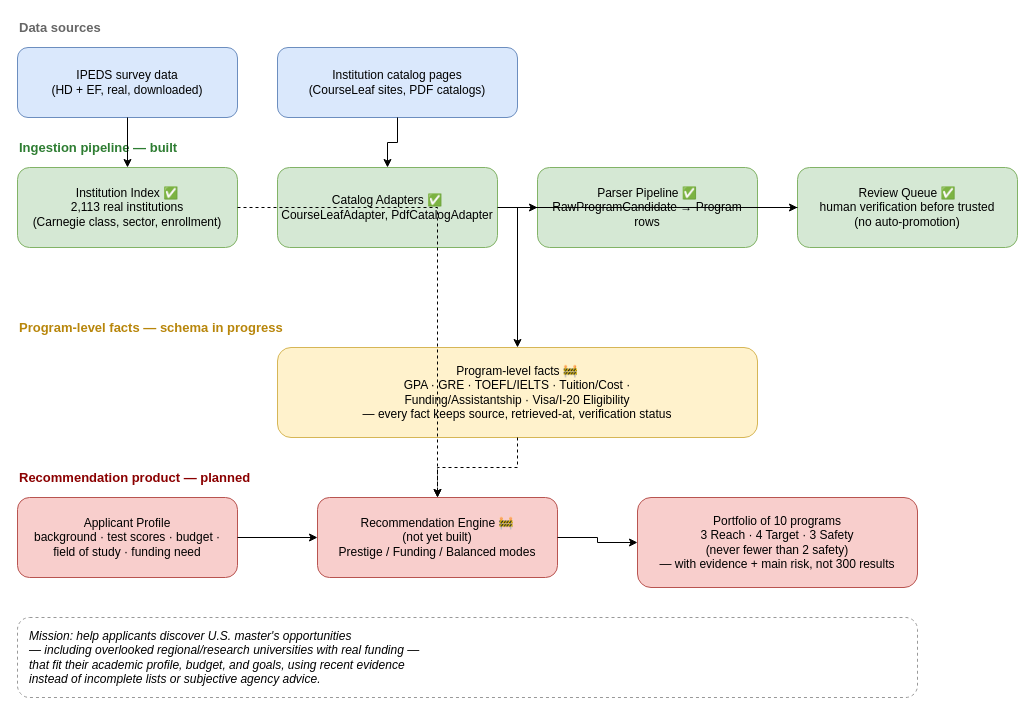
This is docs/architecture-vision.drawio from xiaofengchen66/us-grad-recommender, a draw.io file, before an edit. Source tidied: cells renumbered, new cells numbered last; positions are measured from the earlier drawing's top-left corner, leaving out a move shared by most shapes. Both pictures are drawn from the tidied source at 100%, with x=0, y=0 at pixel (17, 17).
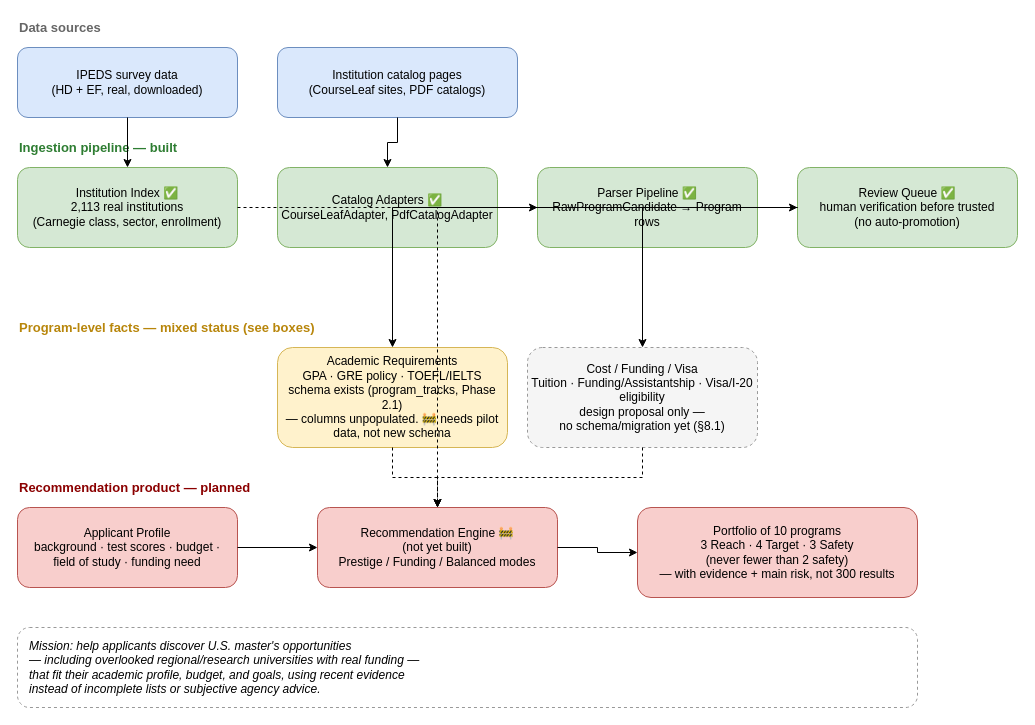
Above is the later version.

Commit message (it also covers changes not shown here):
Split diagram's Program-level facts box by actual schema status

Review flagged that lumping GPA/GRE/TOEFL/IELTS (real schema columns
on program_tracks since Phase 2.1, just unpopulated) together with
Tuition/Funding/Visa (design proposal only, no schema decided per
PHASE_2_CATALOG_DESIGN.md §8.1) under one "schema in progress" label
overstated how far the funding/visa work has gotten. Split into two
boxes with distinct styling and accurate per-box status text.

Unchanged cells that the change refers to:
```xml
<mxCell id="11" value="Review Queue ✅&#10;human verification before trusted&#10;(no auto-promotion)" style="rounded=1;whiteSpace=wrap;html=1;fillColor=#d5e8d4;strokeColor=#82b366;" parent="1" vertex="1">
  <mxGeometry x="780" y="150" width="220" height="80" as="geometry" />
</mxCell>
```

Change to the diagram source:
```diff
@@
-    <mxCell id="4" value="Program-level facts — schema in progress" style="text;html=1;align=left;verticalAlign=middle;fontStyle=1;fontSize=13;fontColor=#b8860b;" parent="1" vertex="1">
-      <mxGeometry y="300" width="400" height="20" as="geometry" />
+    <mxCell id="4" value="Program-level facts — mixed status (see boxes)" style="text;html=1;align=left;verticalAlign=middle;fontStyle=1;fontSize=13;fontColor=#b8860b;" parent="1" vertex="1">
+      <mxGeometry y="300" width="450" height="20" as="geometry" />
     </mxCell>
     <mxCell id="5" value="Recommendation product — planned" style="text;html=1;align=left;verticalAlign=middle;fontStyle=1;fontSize=13;fontColor=#8b0000;" parent="1" vertex="1">
-      <mxGeometry y="450" width="400" height="20" as="geometry" />
+      <mxGeometry y="460" width="400" height="20" as="geometry" />
     </mxCell>
@@
-    <mxCell id="12" value="Program-level facts 🚧&#10;GPA · GRE · TOEFL/IELTS · Tuition/Cost ·&#10;Funding/Assistantship · Visa/I-20 Eligibility&#10;— every fact keeps source, retrieved-at, verification status" style="rounded=1;whiteSpace=wrap;html=1;fillColor=#fff2cc;strokeColor=#d6b656;" parent="1" vertex="1">
-      <mxGeometry x="260" y="330" width="480" height="90" as="geometry" />
-    </mxCell>
+    <mxCell id="26" value="Academic Requirements&#10;GPA · GRE policy · TOEFL/IELTS&#10;schema exists (program_tracks, Phase 2.1)&#10;— columns unpopulated. 🚧 needs pilot data, not new schema" style="rounded=1;whiteSpace=wrap;html=1;fillColor=#fff2cc;strokeColor=#d6b656;" parent="1" vertex="1">
+      <mxGeometry x="260" y="330" width="230" height="100" as="geometry" />
+    </mxCell>
+    <mxCell id="27" value="Cost / Funding / Visa&#10;Tuition · Funding/Assistantship · Visa/I-20 eligibility&#10;design proposal only —&#10;no schema/migration yet (§8.1)" style="rounded=1;whiteSpace=wrap;html=1;fillColor=#f5f5f5;strokeColor=#999999;dashed=1;" parent="1" vertex="1">
+      <mxGeometry x="510" y="330" width="230" height="100" as="geometry" />
+    </mxCell>
     <mxCell id="13" value="Applicant Profile&#10;background · test scores · budget ·&#10;field of study · funding need" style="rounded=1;whiteSpace=wrap;html=1;fillColor=#f8cecc;strokeColor=#b85450;" parent="1" vertex="1">
-      <mxGeometry y="480" width="220" height="80" as="geometry" />
+      <mxGeometry y="490" width="220" height="80" as="geometry" />
     </mxCell>
     <mxCell id="14" value="Recommendation Engine 🚧&#10;(not yet built)&#10;Prestige / Funding / Balanced modes" style="rounded=1;whiteSpace=wrap;html=1;fillColor=#f8cecc;strokeColor=#b85450;" parent="1" vertex="1">
-      <mxGeometry x="300" y="480" width="240" height="80" as="geometry" />
+      <mxGeometry x="300" y="490" width="240" height="80" as="geometry" />
     </mxCell>
     <mxCell id="15" value="Portfolio of 10 programs&#10;3 Reach · 4 Target · 3 Safety&#10;(never fewer than 2 safety)&#10;— with evidence + main risk, not 300 results" style="rounded=1;whiteSpace=wrap;html=1;fillColor=#f8cecc;strokeColor=#b85450;" parent="1" vertex="1">
-      <mxGeometry x="620" y="480" width="280" height="90" as="geometry" />
+      <mxGeometry x="620" y="490" width="280" height="90" as="geometry" />
     </mxCell>
     <mxCell id="16" value="Mission: help applicants discover U.S. master's opportunities&#10;— including overlooked regional/research universities with real funding —&#10;that fit their academic profile, budget, and goals, using recent evidence&#10;instead of incomplete lists or subjective agency advice." style="rounded=1;whiteSpace=wrap;html=1;fillColor=#ffffff;strokeColor=#999999;dashed=1;fontStyle=2;align=left;spacingLeft=10;" parent="1" vertex="1">
-      <mxGeometry y="600" width="900" height="80" as="geometry" />
+      <mxGeometry y="610" width="900" height="80" as="geometry" />
     </mxCell>
@@
-    <mxCell id="21" style="edgeStyle=orthogonalEdgeStyle;rounded=0;html=1;" parent="1" edge="1" source="11" target="12">
+    <mxCell id="21" style="edgeStyle=orthogonalEdgeStyle;rounded=0;html=1;" parent="1" edge="1" source="11" target="26">
       <mxGeometry relative="1" as="geometry" />
     </mxCell>
+    <mxCell id="28" style="edgeStyle=orthogonalEdgeStyle;rounded=0;html=1;" parent="1" edge="1" source="11" target="27">
+      <mxGeometry relative="1" as="geometry" />
+    </mxCell>
@@
-    <mxCell id="23" style="edgeStyle=orthogonalEdgeStyle;rounded=0;html=1;dashed=1;" parent="1" edge="1" source="12" target="14">
+    <mxCell id="23" style="edgeStyle=orthogonalEdgeStyle;rounded=0;html=1;dashed=1;" parent="1" edge="1" source="26" target="14">
       <mxGeometry relative="1" as="geometry" />
     </mxCell>
+    <mxCell id="29" style="edgeStyle=orthogonalEdgeStyle;rounded=0;html=1;dashed=1;" parent="1" edge="1" source="27" target="14">
+      <mxGeometry relative="1" as="geometry" />
+    </mxCell>
```
